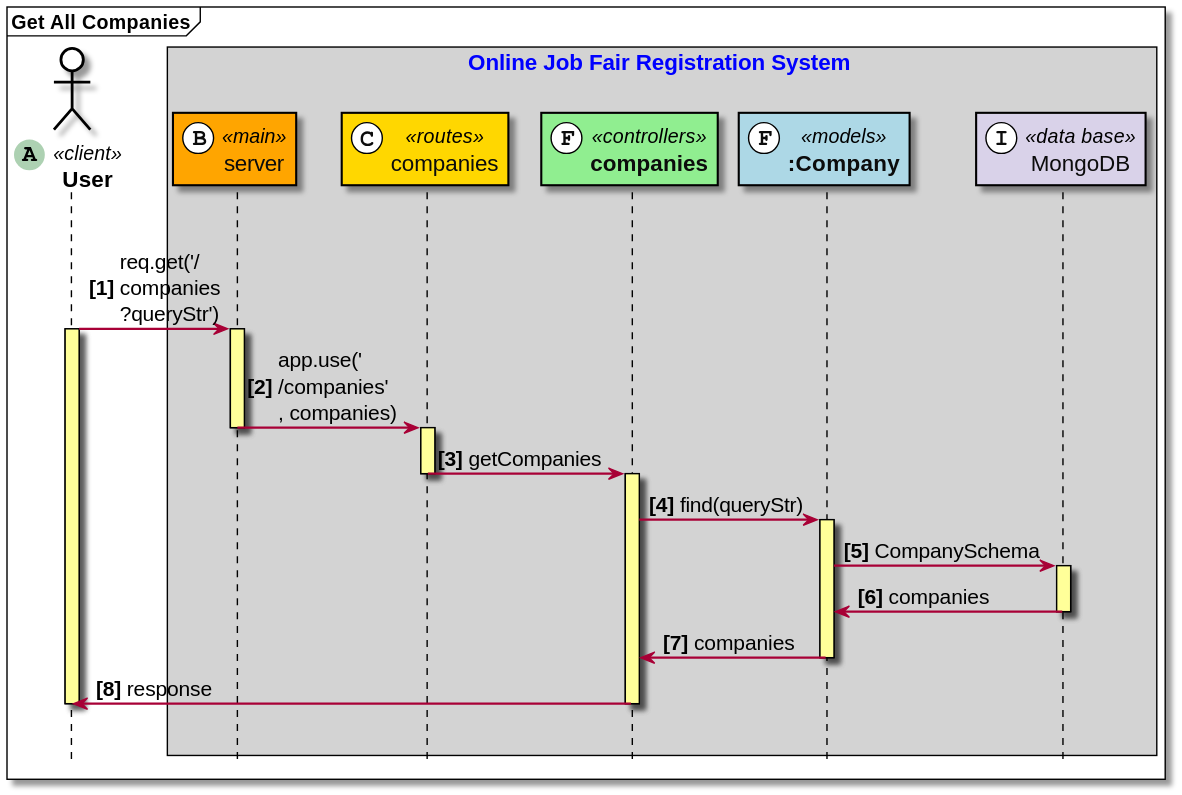
Earlier version of the PlantUML export doc_asset/diagrams/squence_diagrams/company/get_all_companies.svg (wisarootl/online-job-fair-registration). Source of this version:
```plantuml
@startuml
hide footbox
skinparam sequenceArrowThickness 1.5
skinparam fontsize 50
autonumber 1 "<b>[###]"
skinparam component {
skinparam defaultFontSize 16
ArrowFontSize 15
}
Mainframe <b>Get All Companies</b>

actor "<b>User</b>" as user <<(A,#ADD1B2)client>>#White
Box Online Job Fair Registration System #lightgrey
participant "server" as server <<(B,#FFFFFF)main>>#Orange
participant "companies" as rcompanies <<(C,#FFFFFF)routes>>#Gold
participant "<b>companies" as controllers_companies <<(F,#FFFFFF)controllers>>#LightGreen
participant "<b>:Company" as models_Company <<(F,#FFFFFF)models>>#LightBlue
participant "MongoDB" as mongo <<(I,#FFFFFF)data base>>#d9d2e9
end box

|||
user->server: req.get('/\ncompanies\n?queryStr')
Activate user
Activate server
server->rcompanies: app.use('\n/companies'\n, companies)
DeActivate server
Activate rcompanies
rcompanies->controllers_companies: getCompanies
DeActivate rcompanies
Activate controllers_companies
controllers_companies->models_Company: find(queryStr)
Activate models_Company
models_Company->mongo: CompanySchema
Activate mongo
mongo->models_Company: companies
DeActivate mongo
models_Company->controllers_companies: companies
DeActivate models_Company
controllers_companies->user: response
DeActivate controllers_companies
DeActivate user
|||


skinparam sequence {
BoxBorderColor Black
BoxFontColor Blue
BoxFontSize 16
LifeLineBorderColor Black
LifeLineBackgroundColor #FFFF99
ParticipantBorderColor Black
StereoTypeFontSize 14
ParticipantFontSize 16
ParticipantFontColor #0c0c0c
ActorBorderColor Black
ActorBackgroundColor White
ActorFontSize 16
ActorFontColor Black
}
@enduml
```
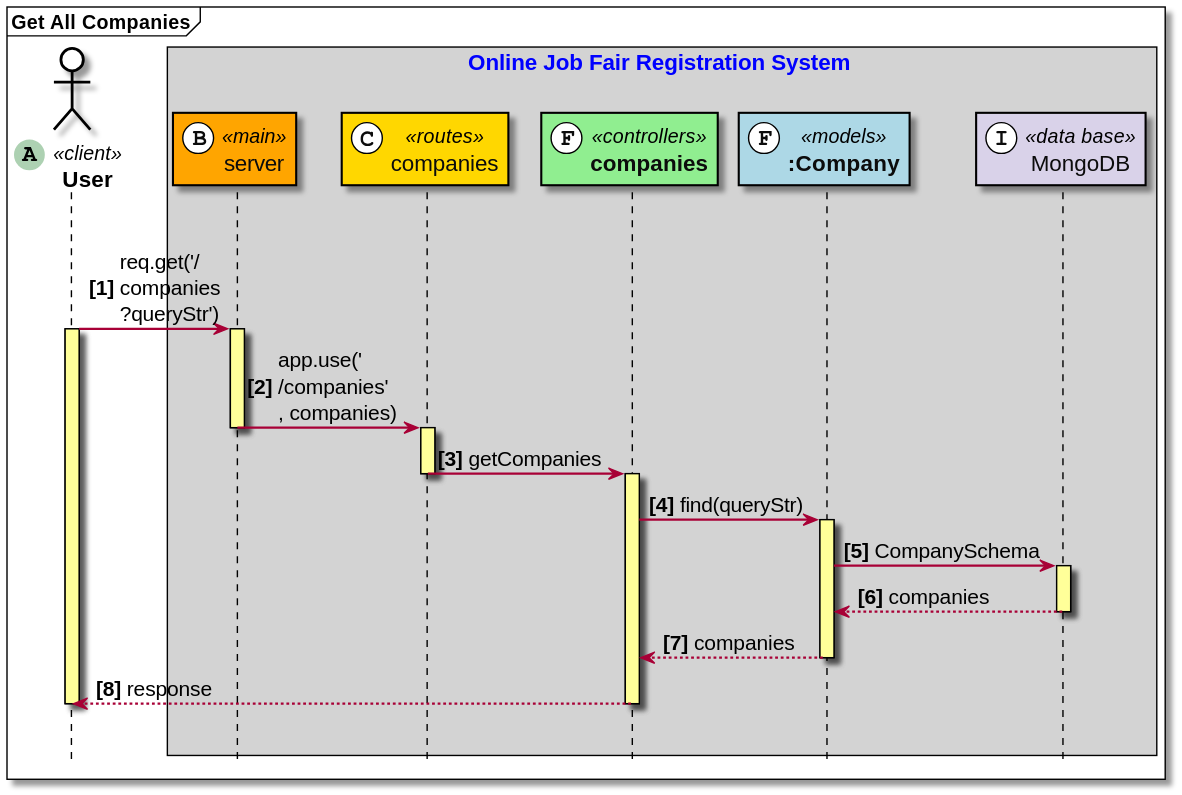
After the change.

What changed in the source:
```diff
@@ -32,11 +32,11 @@
 Activate models_Company
 models_Company->mongo: CompanySchema
 Activate mongo
-mongo->models_Company: companies
+mongo-->models_Company: companies
 DeActivate mongo
-models_Company->controllers_companies: companies
+models_Company-->controllers_companies: companies
 DeActivate models_Company
-controllers_companies->user: response
+controllers_companies-->user: response
 DeActivate controllers_companies
 DeActivate user
 |||
```
